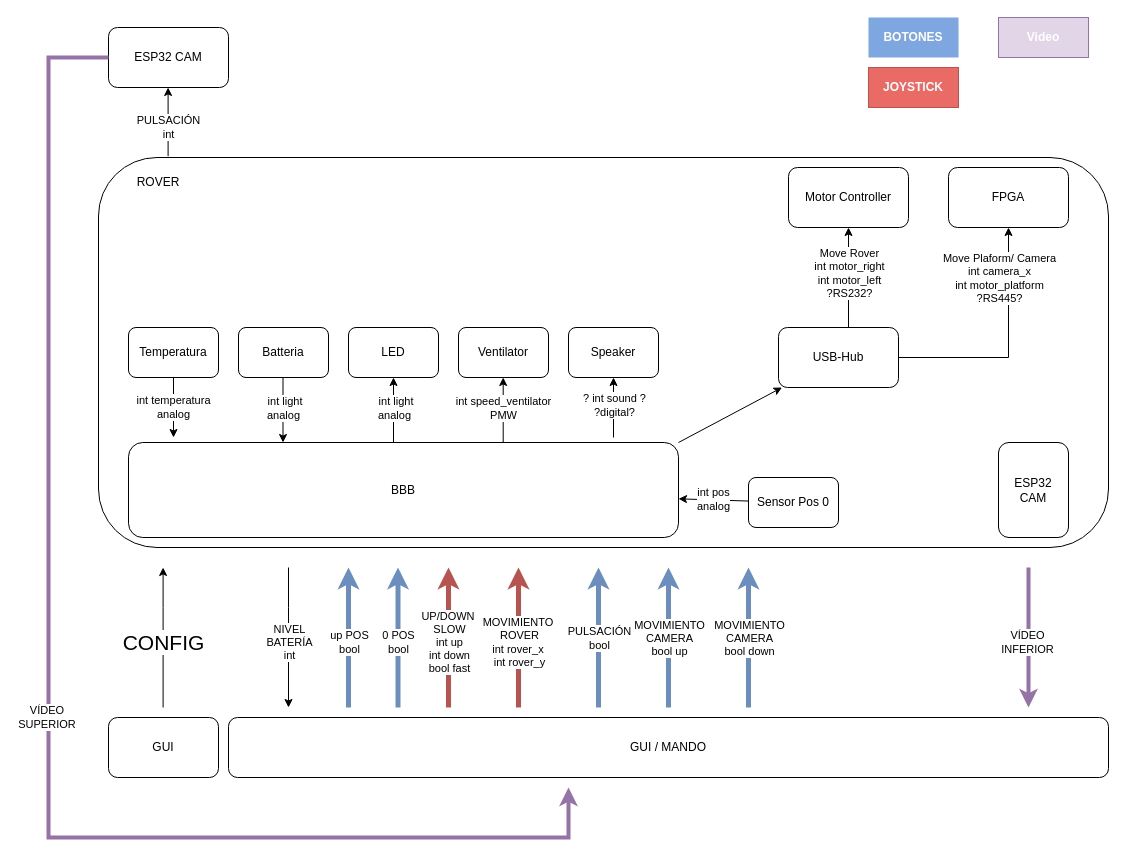
Before: Software/Doku/SIGNALS.drawio in OgLocGreen/proyecto_sistema_mecatronico_industrial, a draw.io diagram. Source tidied: cells renumbered, new cells numbered last; positions are measured from the earlier drawing's top-left corner, leaving out a move shared by most shapes. Both pictures are drawn from the tidied source at 100%, with x=0, y=0 at pixel (48, 17).
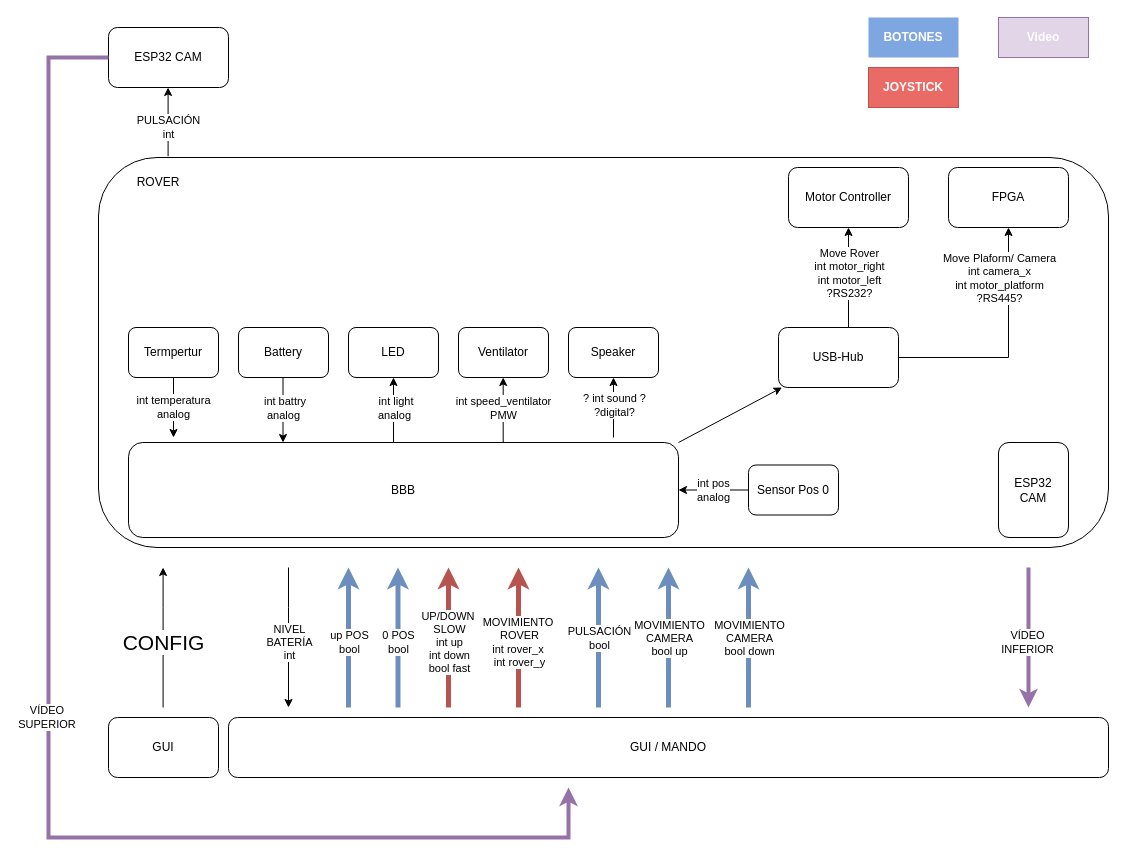
The same diagram, later.

The change refers to these unchanged cells:
```xml
<mxCell id="53" style="endArrow=none;html=1;rounded=0;entryX=0.5;entryY=1;entryDx=0;entryDy=0;endFill=0;startArrow=classic;startFill=1;" parent="1" edge="1">
  <mxGeometry relative="1" as="geometry">
    <mxPoint x="234.5" y="425" as="sourcePoint" />
    <mxPoint x="234.5" y="360" as="targetPoint" />
  </mxGeometry>
</mxCell>
```

Diff of the diagram source:
```diff
@@
-    <mxCell id="44" value="Temperatura" style="rounded=1;whiteSpace=wrap;html=1;" parent="1" vertex="1">
+    <mxCell id="44" value="Termpertur" style="rounded=1;whiteSpace=wrap;html=1;" parent="1" vertex="1">
       <mxGeometry x="80" y="310" width="90" height="50" as="geometry" />
     </mxCell>
@@
-    <mxCell id="54" value="&amp;nbsp;int light&lt;br&gt;analog" style="edgeLabel;html=1;align=center;verticalAlign=middle;" parent="53" vertex="1">
+    <mxCell id="54" value="&amp;nbsp;int battry&lt;br&gt;analog" style="edgeLabel;html=1;align=center;verticalAlign=middle;" parent="53" vertex="1">
       <mxGeometry x="-0.4" y="-1" relative="1" as="geometry">
         <mxPoint x="-1" y="-15" as="offset" />
       </mxGeometry>
     </mxCell>
-    <mxCell id="55" value="Batteria" style="rounded=1;whiteSpace=wrap;html=1;" parent="1" vertex="1">
+    <mxCell id="55" value="Battery" style="rounded=1;whiteSpace=wrap;html=1;" parent="1" vertex="1">
       <mxGeometry x="190" y="310" width="90" height="50" as="geometry" />
     </mxCell>
@@
     <mxCell id="59" value="Sensor Pos 0" style="rounded=1;whiteSpace=wrap;html=1;" parent="1" vertex="1">
-      <mxGeometry x="700" y="460" width="90" height="50" as="geometry" />
+      <mxGeometry x="700" y="447.5" width="90" height="50" as="geometry" />
     </mxCell>
```
